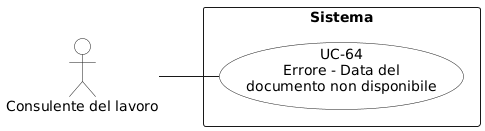
Earlier version of the PlantUML export RTB/Analisi dei Requisiti/diagrammi_use_case/UC-64.png (aLittleByte-19/Documentazione). Source of this version:
```plantuml
@startuml
left to right direction
skinparam packageStyle rectangle
skinparam usecaseBackgroundColor White
skinparam actorBackgroundColor White

actor "Consulente del lavoro" as consulente

rectangle "Sistema" {
  usecase "UC-64\nErrore - Data del\ndocumento non disponibile" as uc64
}

consulente -- uc64
@enduml
```
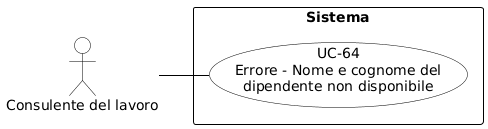
Later version of the same file.

Diff of the diagram source:
```diff
@@ -1,14 +1,29 @@
 @startuml
+skinparam shadowing false
+skinparam defaultFontName Arial
 left to right direction
-skinparam packageStyle rectangle
-skinparam usecaseBackgroundColor White
-skinparam actorBackgroundColor White
+skinparam nodesep 15
+skinparam ranksep 50
 
-actor "Consulente del lavoro" as consulente
+skinparam usecase {
+    BackgroundColor white
+    BorderColor black
+    ArrowColor black
+}
+skinparam actor {
+    BackgroundColor white
+    BorderColor black
+}
+skinparam rectangle {
+    BorderColor black
+    FontStyle bold
+}
+
+actor "Consulente del lavoro" as cdl
 
 rectangle "Sistema" {
-  usecase "UC-64\nErrore - Data del\ndocumento non disponibile" as uc64
+     usecase "UC-64\nErrore - Nome e cognome del\ndipendente non disponibile" as UC64
 }
 
-consulente -- uc64
+cdl -- UC64
 @enduml
```
